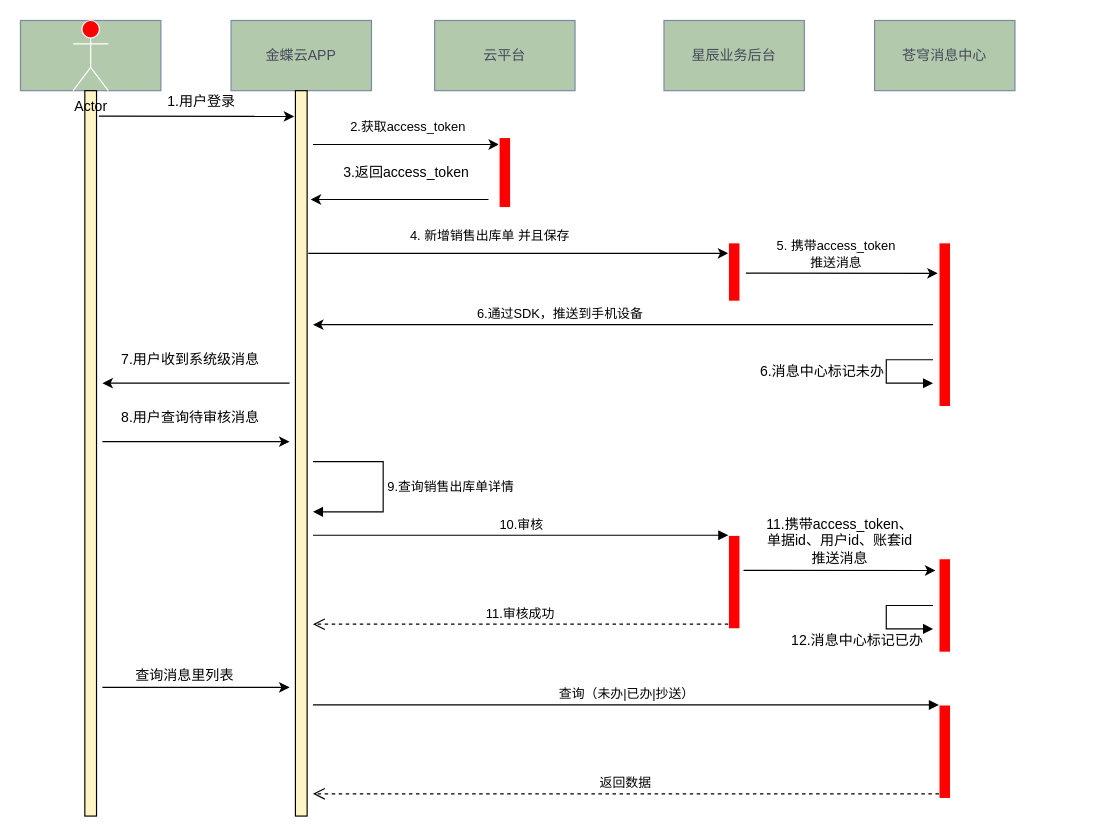
Before: 消息中心.drawio in Mark-LoveFootball/mind, a draw.io diagram. Source tidied: cells renumbered, new cells numbered last; positions are measured from the earlier drawing's top-left corner, leaving out a move shared by most shapes. Both pictures are drawn from the tidied source at 117%, with x=0, y=0 at pixel (20, 20).
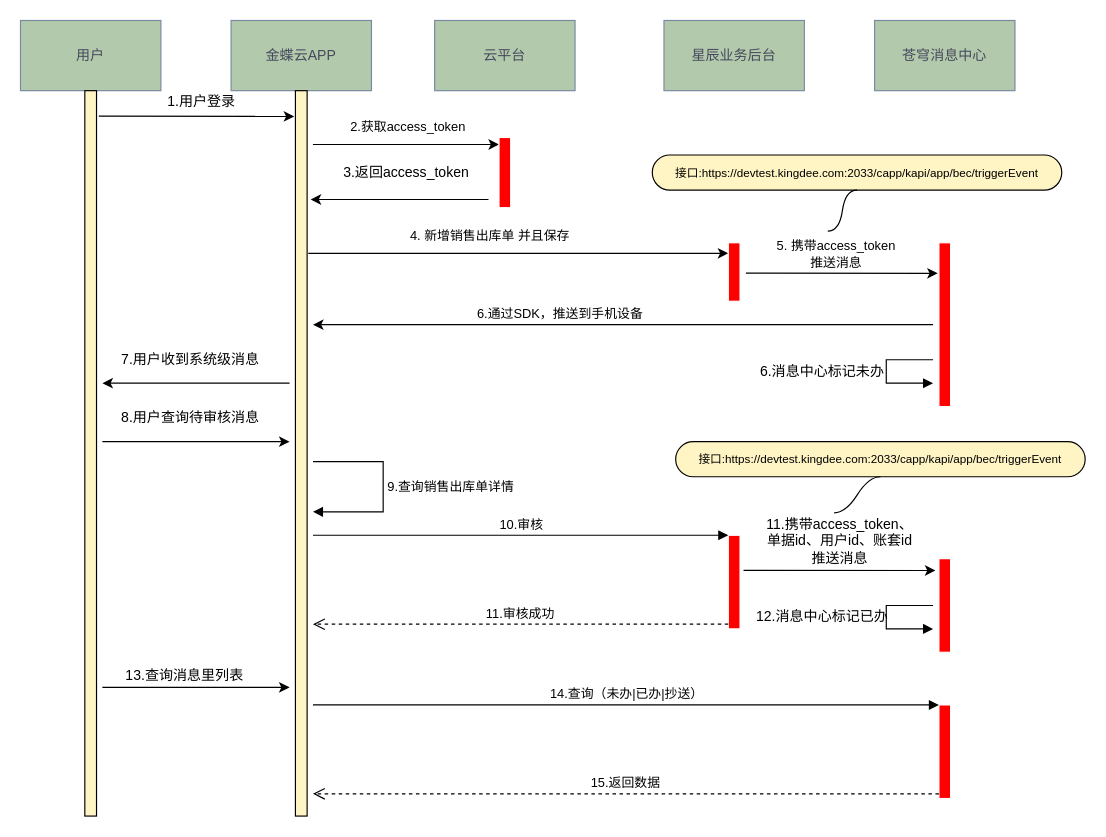
The same diagram, later.

Unchanged cells that the change refers to:
```xml
<mxCell id="32" value="11.携带access_token、&lt;br&gt;单据id、用户id、账套id&lt;br&gt;推送消息" style="text;html=1;align=center;verticalAlign=middle;points=[];strokeColor=none;" parent="1" vertex="1">
  <mxGeometry x="630" y="420" width="140" height="50" as="geometry" />
</mxCell>
<mxCell id="42" style="html=1;points=[];perimeter=orthogonalPerimeter;strokeColor=#FFFFFF;fillColor=#FF0000;" parent="1" vertex="1">
  <mxGeometry x="785" y="585" width="10" height="80" as="geometry" />
</mxCell>
```

What changed in the source:
```diff
@@
-    <mxCell id="2" style="rounded=0;whiteSpace=wrap;html=1;fillColor=#B2C9AB;strokeColor=#788AA3;fontColor=#46495D;" parent="1" vertex="1">
+    <mxCell id="2" value="用户" style="rounded=0;whiteSpace=wrap;html=1;fillColor=#B2C9AB;strokeColor=#788AA3;fontColor=#46495D;" parent="1" vertex="1">
       <mxGeometry width="120" height="60" as="geometry" />
     </mxCell>
@@
-    <mxCell id="15" value="Actor" style="shape=umlActor;verticalLabelPosition=bottom;verticalAlign=top;html=1;strokeColor=#FFFFFF;fillColor=#FF0000;" parent="1" vertex="1">
-      <mxGeometry x="45" width="30" height="60" as="geometry" />
-    </mxCell>
@@
     <mxCell id="34" value="12.消息中心标记已办" style="text;html=1;align=center;verticalAlign=middle;strokeColor=none;" parent="1" vertex="1">
-      <mxGeometry x="650" y="520" width="130" height="20" as="geometry" />
+      <mxGeometry x="620" y="500" width="130" height="20" as="geometry" />
     </mxCell>
@@
-    <mxCell id="41" value="查询消息里列表" style="text;html=1;align=center;verticalAlign=middle;strokeColor=none;" parent="1" vertex="1">
-      <mxGeometry x="90" y="550" width="100" height="20" as="geometry" />
+    <mxCell id="41" value="13.查询消息里列表" style="text;html=1;align=center;verticalAlign=middle;strokeColor=none;" parent="1" vertex="1">
+      <mxGeometry x="80" y="550" width="120" height="20" as="geometry" />
     </mxCell>
@@
-    <mxCell id="43" value="查询（未办|已办|抄送）" style="html=1;verticalAlign=bottom;endArrow=block;entryX=0;entryY=0;" parent="1" edge="1" target="42">
+    <mxCell id="43" value="14.查询（未办|已办|抄送）" style="html=1;verticalAlign=bottom;endArrow=block;entryX=0;entryY=0;" parent="1" edge="1" target="42">
       <mxGeometry relative="1" as="geometry">
         <mxPoint x="250" y="585" as="sourcePoint" />
       </mxGeometry>
     </mxCell>
-    <mxCell id="44" value="返回数据" style="html=1;verticalAlign=bottom;endArrow=open;dashed=1;endSize=8;exitX=0;exitY=0.95;" parent="1" edge="1" source="42">
+    <mxCell id="44" value="15.返回数据" style="html=1;verticalAlign=bottom;endArrow=open;dashed=1;endSize=8;exitX=0;exitY=0.95;" parent="1" edge="1" source="42">
       <mxGeometry relative="1" as="geometry">
         <mxPoint x="250" y="661" as="targetPoint" />
       </mxGeometry>
     </mxCell>
+    <mxCell id="45" value="接口:&lt;span lang=&quot;EN-US&quot; style=&quot;font-size: 10px;&quot;&gt;https://devtest.kingdee.com:2033/capp/kapi/app/bec/triggerEvent&lt;/span&gt;" style="whiteSpace=wrap;html=1;rounded=1;arcSize=50;align=center;verticalAlign=middle;strokeWidth=1;spacing=4;newEdgeStyle={&quot;edgeStyle&quot;:&quot;entityRelationEdgeStyle&quot;,&quot;startArrow&quot;:&quot;none&quot;,&quot;endArrow&quot;:&quot;none&quot;,&quot;segment&quot;:10,&quot;curved&quot;:1};fillColor=#FFF4C3;fontSize=10;" parent="1" vertex="1">
+      <mxGeometry x="540" y="115" width="350" height="30" as="geometry" />
+    </mxCell>
+    <mxCell id="46" style="edgeStyle=entityRelationEdgeStyle;startArrow=none;endArrow=none;segment=10;curved=1;entryX=0.5;entryY=1;entryDx=0;entryDy=0;" parent="1" edge="1" target="45">
+      <mxGeometry relative="1" as="geometry">
+        <mxPoint x="690" y="180" as="sourcePoint" />
+      </mxGeometry>
+    </mxCell>
+    <mxCell id="47" value="接口:&lt;span lang=&quot;EN-US&quot; style=&quot;font-size: 10px;&quot;&gt;https://devtest.kingdee.com:2033/capp/kapi/app/bec/triggerEvent&lt;/span&gt;" style="whiteSpace=wrap;html=1;rounded=1;arcSize=50;align=center;verticalAlign=middle;strokeWidth=1;spacing=4;newEdgeStyle={&quot;edgeStyle&quot;:&quot;entityRelationEdgeStyle&quot;,&quot;startArrow&quot;:&quot;none&quot;,&quot;endArrow&quot;:&quot;none&quot;,&quot;segment&quot;:10,&quot;curved&quot;:1};fillColor=#FFF4C3;fontSize=10;" parent="1" vertex="1">
+      <mxGeometry x="560" y="360" width="350" height="30" as="geometry" />
+    </mxCell>
+    <mxCell id="48" style="edgeStyle=entityRelationEdgeStyle;startArrow=none;endArrow=none;segment=10;curved=1;entryX=0.5;entryY=1;entryDx=0;entryDy=0;exitX=0.467;exitY=0.017;exitDx=0;exitDy=0;exitPerimeter=0;" parent="1" edge="1" source="32" target="47">
+      <mxGeometry relative="1" as="geometry" />
+    </mxCell>
```
